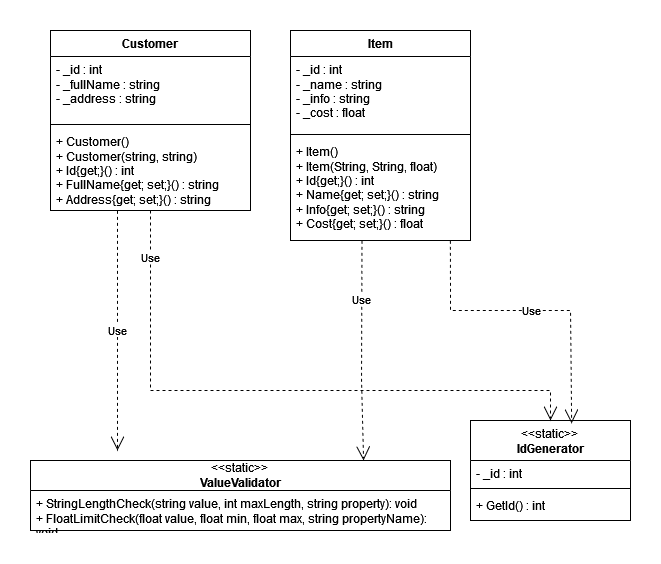
Earlier version of the draw.io export oop-winform/Diagram.drawio.png (antoniocra04/oop-winform). Source tidied: cells renumbered, new cells last; positions are measured from the earlier drawing's top-left corner, leaving out a move shared by most shapes.
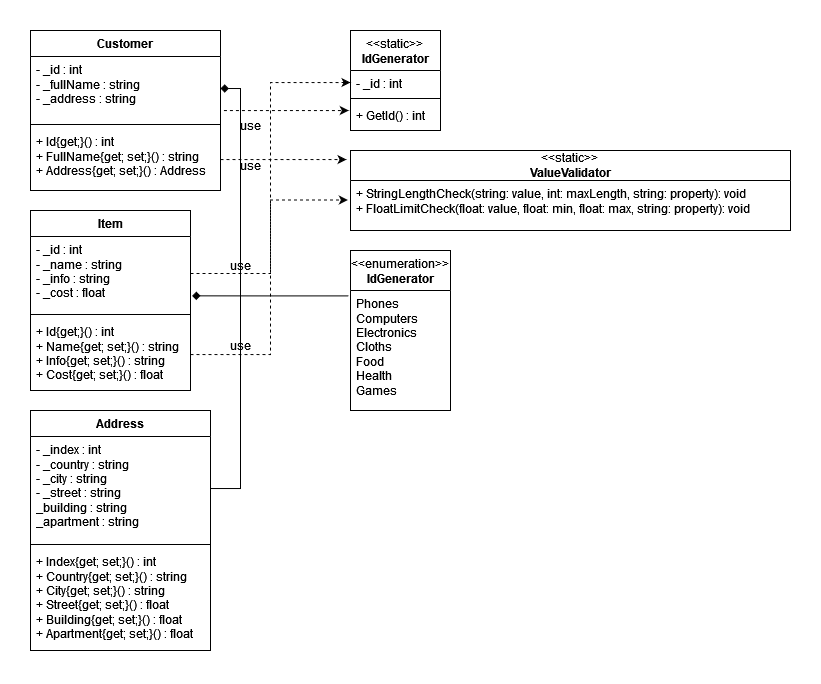
The same diagram one commit later.

Commit message:
feature(sln): add diagramm

Diff of the diagram source:
```diff
@@ -3,74 +3,94 @@
     <mxCell id="0" />
     <mxCell id="1" parent="0" />
     <mxCell id="2" value="Customer" style="swimlane;fontStyle=1;align=center;verticalAlign=top;horizontal=1;startSize=26;whiteSpace=wrap;html=1;" parent="1" vertex="1">
-      <mxGeometry x="20" width="200" height="180" as="geometry" />
+      <mxGeometry x="20" width="190" height="160" as="geometry" />
     </mxCell>
     <mxCell id="3" value="- _id : int&lt;br&gt;- _fullName : string&lt;br&gt;- _address : string" style="text;strokeColor=none;fillColor=none;align=left;verticalAlign=top;spacingLeft=4;spacingRight=4;overflow=hidden;points=[[0,0.5],[1,0.5]];portConstraint=eastwest;whiteSpace=wrap;html=1;" parent="2" vertex="1">
-      <mxGeometry y="26" width="200" height="64" as="geometry" />
+      <mxGeometry y="26" width="190" height="64" as="geometry" />
     </mxCell>
     <mxCell id="4" style="line;strokeWidth=1;fillColor=none;align=left;verticalAlign=middle;spacingTop=-1;spacingLeft=3;spacingRight=3;labelPosition=right;strokeColor=inherit;" parent="2" vertex="1">
-      <mxGeometry y="90" width="200" height="8" as="geometry" />
+      <mxGeometry y="90" width="190" height="8" as="geometry" />
     </mxCell>
-    <mxCell id="5" value="+&amp;nbsp;Customer()&lt;br style=&quot;border-color: var(--border-color);&quot;&gt;+ Customer(string, string)&lt;br&gt;+ Id{get;}() : int&lt;br&gt;+ FullName{get; set;}() : string&lt;br&gt;+ Address{get; set;}() : string" style="text;strokeColor=none;fillColor=none;align=left;verticalAlign=top;spacingLeft=4;spacingRight=4;overflow=hidden;points=[[0,0.5],[1,0.5]];portConstraint=eastwest;whiteSpace=wrap;html=1;" parent="2" vertex="1">
-      <mxGeometry y="98" width="200" height="82" as="geometry" />
+    <mxCell id="5" value="+ Id{get;}() : int&lt;br&gt;+ FullName{get; set;}() : string&lt;br&gt;+ Address{get; set;}() : Address" style="text;strokeColor=none;fillColor=none;align=left;verticalAlign=top;spacingLeft=4;spacingRight=4;overflow=hidden;points=[[0,0.5],[1,0.5]];portConstraint=eastwest;whiteSpace=wrap;html=1;" parent="2" vertex="1">
+      <mxGeometry y="98" width="190" height="62" as="geometry" />
     </mxCell>
     <mxCell id="6" value="Item" style="swimlane;fontStyle=1;align=center;verticalAlign=top;horizontal=1;startSize=26;whiteSpace=wrap;html=1;" parent="1" vertex="1">
-      <mxGeometry x="260" width="180" height="210" as="geometry" />
+      <mxGeometry x="20" y="180" width="160" height="180" as="geometry" />
     </mxCell>
     <mxCell id="7" value="- _id : int&lt;br&gt;- _name : string&lt;br&gt;- _info : string&lt;br&gt;- _cost : float" style="text;strokeColor=none;fillColor=none;align=left;verticalAlign=top;spacingLeft=4;spacingRight=4;overflow=hidden;points=[[0,0.5],[1,0.5]];portConstraint=eastwest;whiteSpace=wrap;html=1;" parent="6" vertex="1">
-      <mxGeometry y="26" width="180" height="74" as="geometry" />
+      <mxGeometry y="26" width="160" height="74" as="geometry" />
     </mxCell>
     <mxCell id="8" style="line;strokeWidth=1;fillColor=none;align=left;verticalAlign=middle;spacingTop=-1;spacingLeft=3;spacingRight=3;labelPosition=right;strokeColor=inherit;" parent="6" vertex="1">
-      <mxGeometry y="100" width="180" height="8" as="geometry" />
+      <mxGeometry y="100" width="160" height="8" as="geometry" />
     </mxCell>
-    <mxCell id="9" value="+&amp;nbsp;Item()&lt;br&gt;+&amp;nbsp;Item(String, String, float)&lt;br&gt;+ Id{get;}() : int&lt;br&gt;+ Name{get; set;}() : string&lt;br&gt;+ Info{get; set;}() : string&lt;br&gt;+ Cost{get; set;}() : float" style="text;strokeColor=none;fillColor=none;align=left;verticalAlign=top;spacingLeft=4;spacingRight=4;overflow=hidden;points=[[0,0.5],[1,0.5]];portConstraint=eastwest;whiteSpace=wrap;html=1;" parent="6" vertex="1">
-      <mxGeometry y="108" width="180" height="102" as="geometry" />
+    <mxCell id="9" value="+ Id{get;}() : int&lt;br&gt;+ Name{get; set;}() : string&lt;br&gt;+ Info{get; set;}() : string&lt;br&gt;+ Cost{get; set;}() : float" style="text;strokeColor=none;fillColor=none;align=left;verticalAlign=top;spacingLeft=4;spacingRight=4;overflow=hidden;points=[[0,0.5],[1,0.5]];portConstraint=eastwest;whiteSpace=wrap;html=1;" parent="6" vertex="1">
+      <mxGeometry y="108" width="160" height="72" as="geometry" />
     </mxCell>
     <mxCell id="10" value="&lt;span style=&quot;font-weight: normal;&quot;&gt;&amp;lt;&amp;lt;static&amp;gt;&amp;gt;&lt;/span&gt;&lt;br&gt;IdGenerator" style="swimlane;fontStyle=1;align=center;verticalAlign=top;horizontal=1;startSize=40;whiteSpace=wrap;html=1;" parent="1" vertex="1">
-      <mxGeometry x="440" y="390" width="160" height="100" as="geometry" />
+      <mxGeometry x="340" width="90" height="100" as="geometry" />
     </mxCell>
     <mxCell id="11" value="- _id : int" style="text;strokeColor=none;fillColor=none;align=left;verticalAlign=top;spacingLeft=4;spacingRight=4;overflow=hidden;points=[[0,0.5],[1,0.5]];portConstraint=eastwest;whiteSpace=wrap;html=1;" parent="10" vertex="1">
-      <mxGeometry y="40" width="160" height="24" as="geometry" />
+      <mxGeometry y="40" width="90" height="24" as="geometry" />
     </mxCell>
     <mxCell id="12" style="line;strokeWidth=1;fillColor=none;align=left;verticalAlign=middle;spacingTop=-1;spacingLeft=3;spacingRight=3;labelPosition=right;strokeColor=inherit;" parent="10" vertex="1">
-      <mxGeometry y="64" width="160" height="8" as="geometry" />
+      <mxGeometry y="64" width="90" height="8" as="geometry" />
     </mxCell>
     <mxCell id="13" value="+ GetId() : int" style="text;strokeColor=none;fillColor=none;align=left;verticalAlign=top;spacingLeft=4;spacingRight=4;overflow=hidden;points=[[0,0.5],[1,0.5]];portConstraint=eastwest;whiteSpace=wrap;html=1;" parent="10" vertex="1">
-      <mxGeometry y="72" width="160" height="28" as="geometry" />
+      <mxGeometry y="72" width="90" height="28" as="geometry" />
     </mxCell>
     <mxCell id="14" value="&amp;lt;&amp;lt;static&amp;gt;&amp;gt;&lt;br&gt;&lt;b&gt;ValueValidator&lt;/b&gt;" style="swimlane;fontStyle=0;horizontal=1;startSize=30;fillColor=none;whiteSpace=wrap;html=1;" parent="1" vertex="1">
-      <mxGeometry y="430" width="420" height="70" as="geometry" />
+      <mxGeometry x="340" y="120" width="440" height="80" as="geometry" />
     </mxCell>
-    <mxCell id="15" value="&lt;div&gt;+ StringLengthCheck(string value, int maxLength, string property): void&lt;br&gt;&lt;/div&gt;&lt;div&gt;+ FloatLimitCheck(float value, float min, float max, string propertyName): void&lt;br&gt;&lt;/div&gt;" style="text;strokeColor=none;fillColor=none;align=left;verticalAlign=top;spacingLeft=4;spacingRight=4;overflow=hidden;points=[[0,0.5],[1,0.5]];portConstraint=eastwest;whiteSpace=wrap;html=1;" parent="14" vertex="1">
-      <mxGeometry y="30" width="420" height="40" as="geometry" />
+    <mxCell id="15" value="&lt;div&gt;+ StringLengthCheck(string: value, int: maxLength, string: property): void&lt;br&gt;&lt;/div&gt;&lt;div&gt;+ FloatLimitCheck(float: value, float: min, float: max, string: property): void&lt;br&gt;&lt;/div&gt;" style="text;strokeColor=none;fillColor=none;align=left;verticalAlign=top;spacingLeft=4;spacingRight=4;overflow=hidden;points=[[0,0.5],[1,0.5]];portConstraint=eastwest;whiteSpace=wrap;html=1;" parent="14" vertex="1">
+      <mxGeometry y="30" width="440" height="50" as="geometry" />
     </mxCell>
-    <mxCell id="16" value="Use" style="endArrow=open;endSize=12;dashed=1;html=1;rounded=0;exitX=0.335;exitY=1.004;exitDx=0;exitDy=0;exitPerimeter=0;" parent="1" edge="1" source="5">
-      <mxGeometry relative="1" as="geometry">
-        <mxPoint x="87" y="420" as="targetPoint" />
-      </mxGeometry>
-    </mxCell>
-    <mxCell id="17" value="Use" style="endArrow=open;endSize=12;dashed=1;html=1;rounded=0;exitX=0.397;exitY=1.003;exitDx=0;exitDy=0;exitPerimeter=0;entryX=0.793;entryY=0;entryDx=0;entryDy=0;entryPerimeter=0;" parent="1" edge="1" source="9" target="14">
-      <mxGeometry x="-0.46" relative="1" as="geometry">
-        <Array as="points">
-          <mxPoint x="331" y="350" />
-        </Array>
-      </mxGeometry>
-    </mxCell>
-    <mxCell id="18" value="Use" style="endArrow=open;endSize=12;dashed=1;html=1;rounded=0;exitX=0.5;exitY=1;exitDx=0;exitDy=0;entryX=0.5;entryY=0;entryDx=0;entryDy=0;" parent="1" edge="1" source="2" target="10">
-      <mxGeometry x="-0.85" relative="1" as="geometry">
-        <Array as="points">
-          <mxPoint x="120" y="360" />
-          <mxPoint x="520" y="360" />
-        </Array>
-      </mxGeometry>
-    </mxCell>
-    <mxCell id="19" value="Use" style="endArrow=open;endSize=12;dashed=1;html=1;rounded=0;exitX=0.888;exitY=1.003;exitDx=0;exitDy=0;entryX=0.632;entryY=0.029;entryDx=0;entryDy=0;exitPerimeter=0;entryPerimeter=0;" parent="1" edge="1" source="9" target="10">
-      <mxGeometry relative="1" as="geometry">
-        <Array as="points">
-          <mxPoint x="420" y="280" />
-          <mxPoint x="540" y="280" />
-        </Array>
-      </mxGeometry>
-    </mxCell>
+    <mxCell id="20" style="edgeStyle=orthogonalEdgeStyle;rounded=0;jettySize=auto;html=1;entryX=-0.019;entryY=0.286;entryDx=0;entryDy=0;entryPerimeter=0;dashed=1;exitX=1.018;exitY=0.844;exitDx=0;exitDy=0;exitPerimeter=0;" parent="1" edge="1" source="3" target="13">
+      <mxGeometry relative="1" as="geometry" />
+    </mxCell>
+    <mxCell id="21" style="edgeStyle=orthogonalEdgeStyle;rounded=0;jettySize=auto;html=1;entryX=-0.009;entryY=0.113;entryDx=0;entryDy=0;entryPerimeter=0;dashed=1;" parent="1" edge="1" source="5" target="14">
+      <mxGeometry relative="1" as="geometry" />
+    </mxCell>
+    <mxCell id="22" style="edgeStyle=orthogonalEdgeStyle;rounded=0;jettySize=auto;html=1;entryX=-0.006;entryY=0.39;entryDx=0;entryDy=0;entryPerimeter=0;dashed=1;" parent="1" edge="1" source="9" target="15">
+      <mxGeometry relative="1" as="geometry" />
+    </mxCell>
+    <mxCell id="23" style="edgeStyle=orthogonalEdgeStyle;rounded=0;jettySize=auto;html=1;entryX=0;entryY=0.5;entryDx=0;entryDy=0;dashed=1;" parent="1" edge="1" source="7" target="11">
+      <mxGeometry relative="1" as="geometry" />
+    </mxCell>
+    <mxCell id="24" value="use" style="text;html=1;align=center;verticalAlign=middle;whiteSpace=wrap;rounded=0;" parent="1" vertex="1">
+      <mxGeometry x="200" y="220" width="60" height="30" as="geometry" />
+    </mxCell>
+    <mxCell id="25" value="use" style="text;html=1;align=center;verticalAlign=middle;whiteSpace=wrap;rounded=0;" parent="1" vertex="1">
+      <mxGeometry x="200" y="300" width="60" height="30" as="geometry" />
+    </mxCell>
+    <mxCell id="26" value="use" style="text;html=1;align=center;verticalAlign=middle;whiteSpace=wrap;rounded=0;" parent="1" vertex="1">
+      <mxGeometry x="210" y="80" width="60" height="30" as="geometry" />
+    </mxCell>
+    <mxCell id="27" value="use" style="text;html=1;align=center;verticalAlign=middle;whiteSpace=wrap;rounded=0;" parent="1" vertex="1">
+      <mxGeometry x="210" y="120" width="60" height="30" as="geometry" />
+    </mxCell>
+    <mxCell id="28" value="Address" style="swimlane;fontStyle=1;align=center;verticalAlign=top;horizontal=1;startSize=26;whiteSpace=wrap;html=1;" parent="1" vertex="1">
+      <mxGeometry x="20" y="380" width="180" height="240" as="geometry" />
+    </mxCell>
+    <mxCell id="29" value="- _index : int&lt;br&gt;- _country : string&lt;br&gt;- _city : string&lt;br&gt;&lt;div&gt;- _street : string&lt;br&gt;&lt;/div&gt;&lt;div&gt;_building : string&lt;/div&gt;&lt;div&gt;_apartment : string&lt;br&gt;&lt;/div&gt;" style="text;strokeColor=none;fillColor=none;align=left;verticalAlign=top;spacingLeft=4;spacingRight=4;overflow=hidden;points=[[0,0.5],[1,0.5]];portConstraint=eastwest;whiteSpace=wrap;html=1;" parent="28" vertex="1">
+      <mxGeometry y="26" width="180" height="104" as="geometry" />
+    </mxCell>
+    <mxCell id="30" style="line;strokeWidth=1;fillColor=none;align=left;verticalAlign=middle;spacingTop=-1;spacingLeft=3;spacingRight=3;labelPosition=right;strokeColor=inherit;" parent="28" vertex="1">
+      <mxGeometry y="130" width="180" height="8" as="geometry" />
+    </mxCell>
+    <mxCell id="31" value="+ Index{get; set;}() : int&lt;br&gt;+ Country{get; set;}() : string&lt;br&gt;+ City{get; set;}() : string&lt;br&gt;&lt;div&gt;+ Street{get; set;}() : float&lt;/div&gt;&lt;div&gt;+ Building{get; set;}() : float&lt;/div&gt;&lt;div&gt;+ Apartment{get; set;}() : float&lt;/div&gt;" style="text;strokeColor=none;fillColor=none;align=left;verticalAlign=top;spacingLeft=4;spacingRight=4;overflow=hidden;whiteSpace=wrap;html=1;" parent="28" vertex="1">
+      <mxGeometry y="138" width="180" height="102" as="geometry" />
+    </mxCell>
+    <mxCell id="32" style="edgeStyle=orthogonalEdgeStyle;rounded=0;jettySize=auto;html=1;entryX=1;entryY=0.5;entryDx=0;entryDy=0;endArrow=diamond;endFill=1;" parent="1" edge="1" source="29" target="3">
+      <mxGeometry relative="1" as="geometry" />
+    </mxCell>
+    <mxCell id="33" value="&lt;span style=&quot;font-weight: normal;&quot;&gt;&amp;lt;&amp;lt;enumeration&amp;gt;&amp;gt;&lt;/span&gt;&lt;br&gt;IdGenerator" style="swimlane;fontStyle=1;align=center;verticalAlign=top;horizontal=1;startSize=40;whiteSpace=wrap;html=1;" parent="1" vertex="1">
+      <mxGeometry x="340" y="220" width="100" height="160" as="geometry" />
+    </mxCell>
+    <mxCell id="34" value="&lt;div&gt;Phones&lt;/div&gt;&lt;div&gt;Computers&lt;/div&gt;&lt;div&gt;Electronics&lt;/div&gt;&lt;div&gt;Cloths&lt;/div&gt;&lt;div&gt;Food&lt;/div&gt;&lt;div&gt;Health&lt;/div&gt;&lt;div&gt;Games&lt;br&gt;&lt;/div&gt;" style="text;strokeColor=none;fillColor=none;align=left;verticalAlign=top;spacingLeft=4;spacingRight=4;overflow=hidden;points=[[0,0.5],[1,0.5]];portConstraint=eastwest;whiteSpace=wrap;html=1;" parent="33" vertex="1">
+      <mxGeometry y="40" width="100" height="120" as="geometry" />
+    </mxCell>
+    <mxCell id="35" style="edgeStyle=orthogonalEdgeStyle;rounded=0;jettySize=auto;html=1;entryX=1.01;entryY=0.802;entryDx=0;entryDy=0;entryPerimeter=0;exitX=-0.018;exitY=0.045;exitDx=0;exitDy=0;exitPerimeter=0;endArrow=diamond;endFill=1;" parent="1" edge="1" source="34" target="7">
+      <mxGeometry relative="1" as="geometry" />
+    </mxCell>
   </root>
 </mxGraphModel>
```
